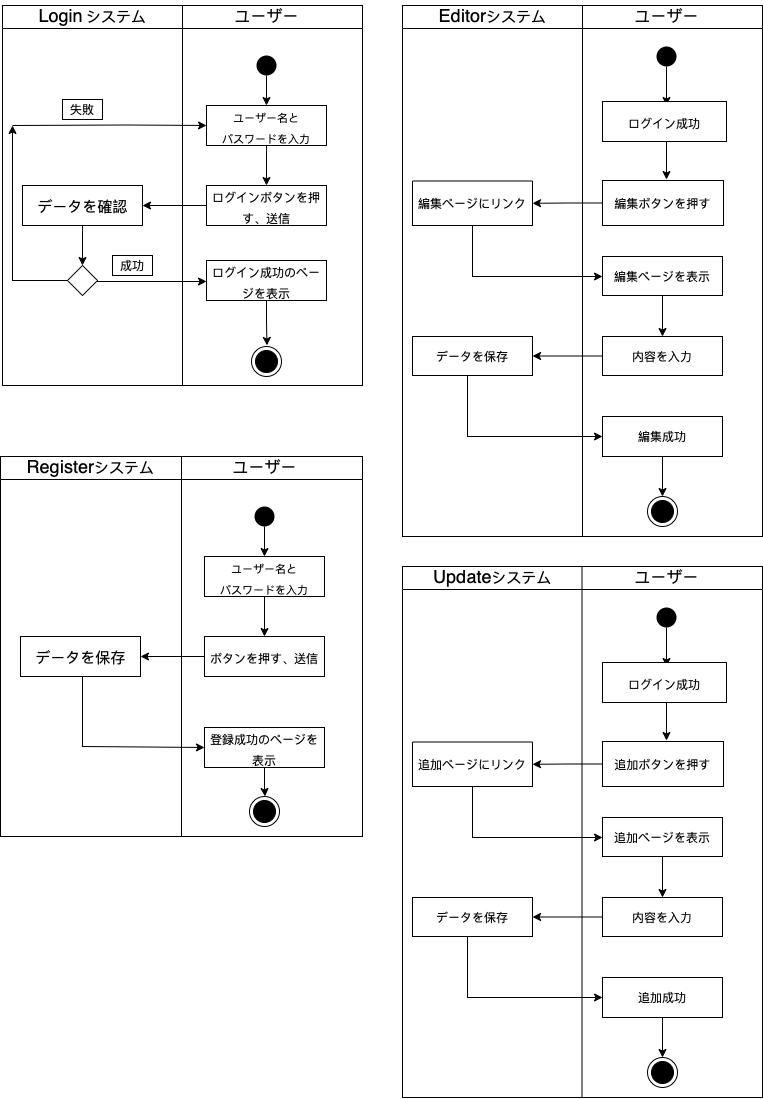
This is activity.drawio.png from rijiuqiu/NoteBook, a draw.io export, as it was before one commit. Source tidied: cells renumbered, new cells last; positions are measured from the earlier drawing's top-left corner, leaving out a move shared by most shapes.
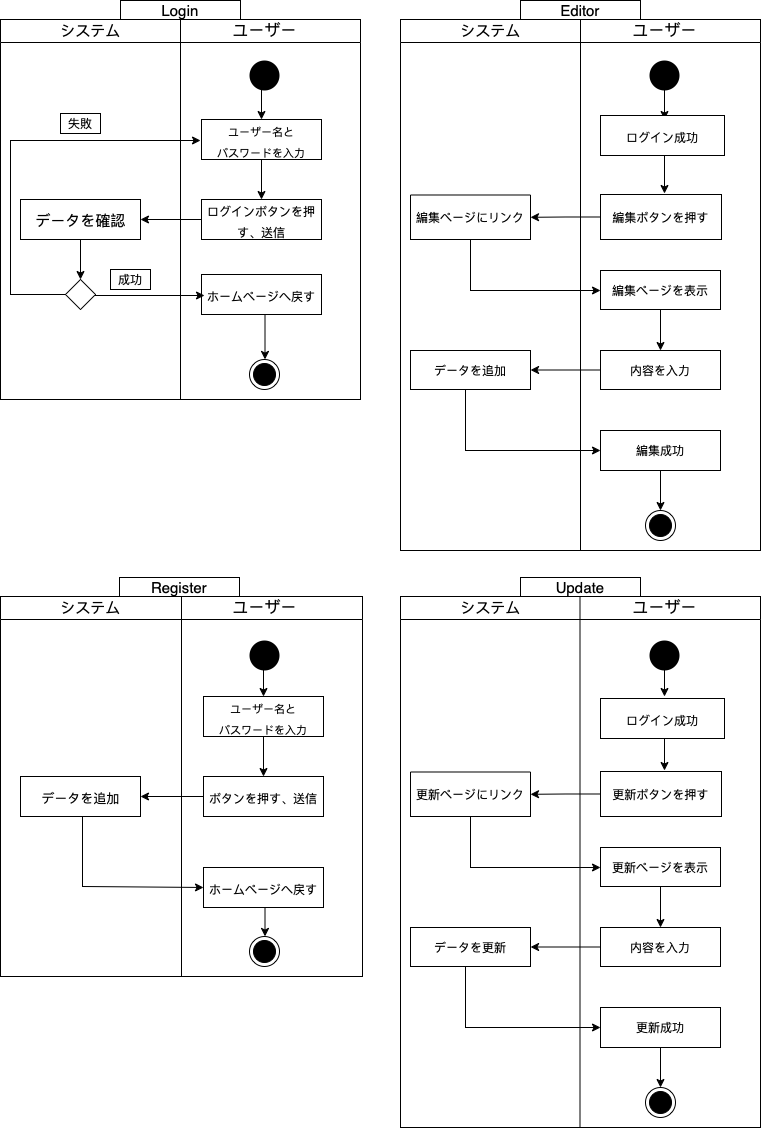
After the change.

What changed in the source:
```diff
@@ -7,4 +7,4 @@
     </mxCell>
-    <mxCell id="3" value="&lt;font style=&quot;font-size: 18px;&quot;&gt;Login&lt;/font&gt;&lt;font&gt;&lt;span style=&quot;font-size: 11px;&quot;&gt;&amp;nbsp;&lt;/span&gt;&lt;font style=&quot;font-size: 15px;&quot;&gt;システム&lt;/font&gt;&lt;/font&gt;" style="text;html=1;align=center;verticalAlign=middle;strokeColor=none;fillColor=none;fontSize=21;fontFamily=Helvetica;" parent="2" vertex="1">
-      <mxGeometry x="30" y="-5" width="120" height="30" as="geometry" />
+    <mxCell id="3" value="&lt;font&gt;&lt;font style=&quot;font-size: 15px;&quot;&gt;システム&lt;/font&gt;&lt;/font&gt;" style="text;html=1;align=center;verticalAlign=middle;strokeColor=none;fillColor=none;fontSize=21;fontFamily=Helvetica;" parent="2" vertex="1">
+      <mxGeometry x="50" y="-5" width="80" height="30" as="geometry" />
     </mxCell>
@@ -14,10 +14,9 @@
     <mxCell id="5" value="&lt;font style=&quot;font-size: 11px;&quot;&gt;ユーザー名と&lt;br&gt;パスワードを入力&lt;/font&gt;" style="rounded=0;whiteSpace=wrap;html=1;fontFamily=Helvetica;fontSize=18;" parent="2" vertex="1">
-      <mxGeometry x="204" y="100" width="120" height="40" as="geometry" />
+      <mxGeometry x="201" y="100" width="120" height="40" as="geometry" />
     </mxCell>
-    <mxCell id="6" style="edgeStyle=orthogonalEdgeStyle;rounded=0;jettySize=auto;html=1;fontFamily=Helvetica;fontSize=18;entryX=0.5;entryY=0;entryDx=0;entryDy=0;" parent="2" edge="1" source="7" target="5">
-      <mxGeometry relative="1" as="geometry" />
+    <mxCell id="6" style="edgeStyle=orthogonalEdgeStyle;rounded=0;jettySize=auto;html=1;fontFamily=Helvetica;fontSize=18;entryX=0.5;entryY=0;entryDx=0;entryDy=0;" parent="2" edge="1" target="5">
+      <mxGeometry relative="1" as="geometry">
+        <mxPoint x="264" y="70" as="sourcePoint" />
+      </mxGeometry>
     </mxCell>
-    <mxCell id="7" style="ellipse;fillColor=#000000;strokeColor=none;fontFamily=Helvetica;fontSize=18;" parent="2" vertex="1">
-      <mxGeometry x="254" y="50" width="20" height="20" as="geometry" />
-    </mxCell>
     <mxCell id="8" style="edgeStyle=orthogonalEdgeStyle;rounded=0;jettySize=auto;html=1;fontFamily=Helvetica;fontSize=15;" parent="2" edge="1" source="9">
@@ -33,6 +32,9 @@
         <mxPoint x="264.5" y="340" as="targetPoint" />
+        <Array as="points">
+          <mxPoint x="265" y="318" />
+        </Array>
       </mxGeometry>
     </mxCell>
-    <mxCell id="11" value="&lt;font style=&quot;font-size: 12px;&quot;&gt;ログイン成功のページを表示&lt;/font&gt;" style="whiteSpace=wrap;html=1;fontSize=18;" parent="2" vertex="1">
-      <mxGeometry x="204" y="255" width="120" height="40" as="geometry" />
+    <mxCell id="11" value="&lt;span style=&quot;font-size: 12px;&quot;&gt;ホームページへ戻す&lt;/span&gt;" style="whiteSpace=wrap;html=1;fontSize=18;" parent="2" vertex="1">
+      <mxGeometry x="201" y="255" width="120" height="40" as="geometry" />
     </mxCell>
@@ -42,3 +44,3 @@
     <mxCell id="13" value="&lt;p&gt;&lt;font style=&quot;font-size: 12px;&quot;&gt;ログインボタンを押す、送信&lt;/font&gt;&lt;/p&gt;" style="whiteSpace=wrap;html=1;fontSize=18;" parent="2" vertex="1">
-      <mxGeometry x="204" y="180" width="120" height="40" as="geometry" />
+      <mxGeometry x="201" y="180" width="120" height="40" as="geometry" />
     </mxCell>
@@ -57,3 +59,7 @@
       <mxGeometry relative="1" as="geometry">
-        <mxPoint x="10" y="120" as="targetPoint" />
+        <mxPoint x="200" y="121" as="targetPoint" />
+        <Array as="points">
+          <mxPoint x="10" y="275" />
+          <mxPoint x="10" y="121" />
+        </Array>
       </mxGeometry>
@@ -66,10 +72,2 @@
     </mxCell>
-    <mxCell id="19" style="endArrow=classic;html=1;rounded=0;fontFamily=Helvetica;fontSize=12;entryX=0;entryY=0.5;entryDx=0;entryDy=0;" parent="2" edge="1" target="5">
-      <mxGeometry relative="1" as="geometry">
-        <mxPoint x="10" y="120" as="sourcePoint" />
-        <Array as="points">
-          <mxPoint x="125" y="119.5" />
-        </Array>
-      </mxGeometry>
-    </mxCell>
     <mxCell id="20" value="失敗" style="rounded=0;whiteSpace=wrap;html=1;fontFamily=Helvetica;fontSize=12;" parent="2" vertex="1">
@@ -77,5 +75,8 @@
     </mxCell>
-    <mxCell id="21" style="ellipse;html=1;shape=endState;fillColor=#000000;strokeColor=#000000;fontFamily=Helvetica;fontSize=12;" parent="2" vertex="1">
-      <mxGeometry x="249" y="341" width="30" height="30" as="geometry" />
-    </mxCell>
+    <mxCell id="82" style="ellipse;fillColor=#000000;strokeColor=none;fontFamily=Helvetica;fontSize=15;" parent="2" vertex="1">
+      <mxGeometry x="249" y="41" width="30" height="30" as="geometry" />
+    </mxCell>
+    <mxCell id="83" style="ellipse;html=1;shape=endState;fillColor=#000000;strokeColor=#000000;fontFamily=Helvetica;fontSize=15;" parent="2" vertex="1">
+      <mxGeometry x="249" y="340" width="30" height="30" as="geometry" />
+    </mxCell>
     <mxCell id="22" style="endArrow=none;html=1;rounded=0;fontFamily=Helvetica;fontSize=21;entryX=0.5;entryY=0;entryDx=0;entryDy=0;exitX=0.5;exitY=1;exitDx=0;exitDy=0;" parent="1" edge="1" source="2" target="2">
@@ -84,6 +85,6 @@
     <mxCell id="23" style="swimlane;fontFamily=Helvetica;fontSize=21;startSize=23;fontStyle=0;" parent="1" vertex="1">
-      <mxGeometry y="456" width="362" height="380" as="geometry" />
+      <mxGeometry x="2" y="582" width="362" height="380" as="geometry" />
     </mxCell>
-    <mxCell id="24" value="&lt;font&gt;&lt;font size=&quot;4&quot;&gt;Register&lt;/font&gt;&lt;font style=&quot;font-size: 15px;&quot;&gt;システム&lt;/font&gt;&lt;/font&gt;" style="text;html=1;align=center;verticalAlign=middle;strokeColor=none;fillColor=none;fontSize=21;fontFamily=Helvetica;" parent="23" vertex="1">
-      <mxGeometry x="20" y="-5" width="140" height="30" as="geometry" />
+    <mxCell id="24" value="&lt;font&gt;&lt;font style=&quot;font-size: 15px;&quot;&gt;システム&lt;/font&gt;&lt;/font&gt;" style="text;html=1;align=center;verticalAlign=middle;strokeColor=none;fillColor=none;fontSize=21;fontFamily=Helvetica;" parent="23" vertex="1">
+      <mxGeometry x="50" y="-5" width="80" height="30" as="geometry" />
     </mxCell>
@@ -93,10 +94,9 @@
     <mxCell id="26" value="&lt;font style=&quot;font-size: 11px;&quot;&gt;ユーザー名と&lt;br&gt;パスワードを入力&lt;/font&gt;" style="rounded=0;whiteSpace=wrap;html=1;fontFamily=Helvetica;fontSize=18;" parent="23" vertex="1">
-      <mxGeometry x="204" y="100" width="120" height="40" as="geometry" />
+      <mxGeometry x="203" y="100" width="120" height="40" as="geometry" />
     </mxCell>
-    <mxCell id="27" style="edgeStyle=orthogonalEdgeStyle;rounded=0;jettySize=auto;html=1;fontFamily=Helvetica;fontSize=18;entryX=0.5;entryY=0;entryDx=0;entryDy=0;" parent="23" edge="1" source="28" target="26">
-      <mxGeometry relative="1" as="geometry" />
+    <mxCell id="27" style="edgeStyle=orthogonalEdgeStyle;rounded=0;jettySize=auto;html=1;fontFamily=Helvetica;fontSize=18;entryX=0.5;entryY=0;entryDx=0;entryDy=0;" parent="23" edge="1" target="26">
+      <mxGeometry relative="1" as="geometry">
+        <mxPoint x="264" y="70" as="sourcePoint" />
+      </mxGeometry>
     </mxCell>
-    <mxCell id="28" style="ellipse;fillColor=#000000;strokeColor=none;fontFamily=Helvetica;fontSize=18;" parent="23" vertex="1">
-      <mxGeometry x="254" y="50" width="20" height="20" as="geometry" />
-    </mxCell>
     <mxCell id="29" style="edgeStyle=orthogonalEdgeStyle;rounded=0;jettySize=auto;html=1;fontFamily=Helvetica;fontSize=15;entryX=0;entryY=0.5;entryDx=0;entryDy=0;" parent="23" edge="1" source="30" target="32">
@@ -108,7 +108,8 @@
     </mxCell>
-    <mxCell id="30" value="&lt;font style=&quot;font-size: 15px;&quot;&gt;データを保存&lt;/font&gt;" style="html=1;fontFamily=Helvetica;fontSize=18;" parent="23" vertex="1">
+    <mxCell id="30" value="&lt;font style=&quot;font-size: 13px;&quot;&gt;データを追加&lt;/font&gt;" style="html=1;fontFamily=Helvetica;fontSize=18;" parent="23" vertex="1">
       <mxGeometry x="20" y="180" width="120" height="40" as="geometry" />
     </mxCell>
-    <mxCell id="31" style="edgeStyle=orthogonalEdgeStyle;rounded=0;jettySize=auto;html=1;fontFamily=Helvetica;fontSize=12;" parent="23" edge="1" source="32">
+    <mxCell id="31" style="edgeStyle=orthogonalEdgeStyle;rounded=0;orthogonalLoop=1;jettySize=auto;html=1;fontFamily=Helvetica;fontSize=12;" parent="23" edge="1">
       <mxGeometry relative="1" as="geometry">
+        <mxPoint x="263" y="311" as="sourcePoint" />
         <mxPoint x="264.5" y="340" as="targetPoint" />
@@ -116,4 +117,4 @@
     </mxCell>
-    <mxCell id="32" value="&lt;font style=&quot;font-size: 12px;&quot;&gt;登録成功のページを表示&lt;/font&gt;" style="whiteSpace=wrap;html=1;fontSize=18;" parent="23" vertex="1">
-      <mxGeometry x="204" y="271" width="120" height="40" as="geometry" />
+    <mxCell id="32" value="&lt;span style=&quot;font-size: 12px;&quot;&gt;ホームページへ戻す&lt;/span&gt;" style="whiteSpace=wrap;html=1;fontSize=18;" parent="23" vertex="1">
+      <mxGeometry x="203" y="271" width="120" height="40" as="geometry" />
     </mxCell>
@@ -123,3 +124,3 @@
     <mxCell id="34" value="&lt;p&gt;&lt;font style=&quot;font-size: 12px;&quot;&gt;ボタンを押す、送信&lt;/font&gt;&lt;/p&gt;" style="whiteSpace=wrap;html=1;fontSize=18;" parent="23" vertex="1">
-      <mxGeometry x="204" y="180" width="120" height="40" as="geometry" />
+      <mxGeometry x="203" y="180" width="120" height="40" as="geometry" />
     </mxCell>
@@ -131,2 +132,5 @@
     </mxCell>
+    <mxCell id="84" style="ellipse;fillColor=#000000;strokeColor=none;fontFamily=Helvetica;fontSize=15;" parent="23" vertex="1">
+      <mxGeometry x="249" y="44" width="30" height="30" as="geometry" />
+    </mxCell>
     <mxCell id="37" style="endArrow=none;html=1;rounded=0;fontFamily=Helvetica;fontSize=21;entryX=0.5;entryY=0;entryDx=0;entryDy=0;exitX=0.5;exitY=1;exitDx=0;exitDy=0;" parent="1" edge="1" source="23" target="23">
@@ -137,7 +141,8 @@
     </mxCell>
-    <mxCell id="39" value="&lt;font&gt;&lt;font size=&quot;4&quot;&gt;Editor&lt;/font&gt;&lt;font style=&quot;font-size: 15px;&quot;&gt;システム&lt;/font&gt;&lt;/font&gt;" style="text;html=1;align=center;verticalAlign=middle;strokeColor=none;fillColor=none;fontSize=21;fontFamily=Helvetica;" parent="38" vertex="1">
-      <mxGeometry x="30" y="-5" width="120" height="30" as="geometry" />
+    <mxCell id="39" value="&lt;font&gt;&lt;font style=&quot;font-size: 15px;&quot;&gt;システム&lt;/font&gt;&lt;/font&gt;" style="text;html=1;align=center;verticalAlign=middle;strokeColor=none;fillColor=none;fontSize=21;fontFamily=Helvetica;" parent="38" vertex="1">
+      <mxGeometry x="50" y="-5" width="80" height="30" as="geometry" />
     </mxCell>
-    <mxCell id="40" style="edgeStyle=orthogonalEdgeStyle;rounded=0;jettySize=auto;html=1;fontFamily=Helvetica;fontSize=18;entryX=0.5;entryY=0;entryDx=0;entryDy=0;" parent="38" edge="1" source="41">
+    <mxCell id="40" style="edgeStyle=orthogonalEdgeStyle;rounded=0;orthogonalLoop=1;jettySize=auto;html=1;fontFamily=Helvetica;fontSize=18;entryX=0.5;entryY=0;entryDx=0;entryDy=0;" parent="38" edge="1">
       <mxGeometry relative="1" as="geometry">
+        <mxPoint x="264" y="61" as="sourcePoint" />
         <mxPoint x="264" y="100" as="targetPoint" />
@@ -145,5 +150,2 @@
     </mxCell>
-    <mxCell id="41" style="ellipse;fillColor=#000000;strokeColor=none;fontFamily=Helvetica;fontSize=18;" parent="38" vertex="1">
-      <mxGeometry x="254" y="41" width="20" height="20" as="geometry" />
-    </mxCell>
     <mxCell id="42" style="edgeStyle=orthogonalEdgeStyle;rounded=0;orthogonalLoop=1;jettySize=auto;html=1;fontFamily=Helvetica;fontSize=12;" parent="38" edge="1">
@@ -196,3 +198,3 @@
     </mxCell>
-    <mxCell id="54" value="データを保存" style="whiteSpace=wrap;html=1;" parent="38" vertex="1">
+    <mxCell id="54" value="データを追加" style="whiteSpace=wrap;html=1;" parent="38" vertex="1">
       <mxGeometry x="10" y="331" width="120" height="39" as="geometry" />
@@ -211,2 +213,5 @@
     </mxCell>
+    <mxCell id="85" style="ellipse;fillColor=#000000;strokeColor=none;fontFamily=Helvetica;fontSize=15;" parent="38" vertex="1">
+      <mxGeometry x="249" y="41" width="30" height="30" as="geometry" />
+    </mxCell>
     <mxCell id="59" style="endArrow=none;html=1;rounded=0;fontFamily=Helvetica;fontSize=21;entryX=0.5;entryY=0;entryDx=0;entryDy=0;exitX=0.5;exitY=1;exitDx=0;exitDy=0;" parent="1" edge="1" source="38" target="38">
@@ -215,9 +220,10 @@
     <mxCell id="60" style="swimlane;fontFamily=Helvetica;fontSize=21;startSize=23;fontStyle=0;" parent="1" vertex="1">
-      <mxGeometry x="402" y="566" width="360" height="531" as="geometry" />
+      <mxGeometry x="402" y="582" width="360" height="531" as="geometry" />
     </mxCell>
-    <mxCell id="61" value="&lt;font&gt;&lt;font size=&quot;4&quot;&gt;Update&lt;/font&gt;&lt;font style=&quot;font-size: 15px;&quot;&gt;システム&lt;/font&gt;&lt;/font&gt;" style="text;html=1;align=center;verticalAlign=middle;strokeColor=none;fillColor=none;fontSize=21;fontFamily=Helvetica;" parent="60" vertex="1">
-      <mxGeometry x="25" y="-5" width="130" height="30" as="geometry" />
+    <mxCell id="61" value="&lt;font&gt;&lt;font style=&quot;font-size: 15px;&quot;&gt;システム&lt;/font&gt;&lt;/font&gt;" style="text;html=1;align=center;verticalAlign=middle;strokeColor=none;fillColor=none;fontSize=21;fontFamily=Helvetica;" parent="60" vertex="1">
+      <mxGeometry x="50" y="-5" width="80" height="30" as="geometry" />
     </mxCell>
-    <mxCell id="62" style="edgeStyle=orthogonalEdgeStyle;rounded=0;jettySize=auto;html=1;fontFamily=Helvetica;fontSize=18;entryX=0.5;entryY=0;entryDx=0;entryDy=0;" parent="60" edge="1" source="63">
+    <mxCell id="62" style="edgeStyle=orthogonalEdgeStyle;rounded=0;orthogonalLoop=1;jettySize=auto;html=1;fontFamily=Helvetica;fontSize=18;entryX=0.5;entryY=0;entryDx=0;entryDy=0;" parent="60" edge="1">
       <mxGeometry relative="1" as="geometry">
+        <mxPoint x="264" y="61" as="sourcePoint" />
         <mxPoint x="264" y="100" as="targetPoint" />
@@ -225,5 +231,2 @@
     </mxCell>
-    <mxCell id="63" style="ellipse;fillColor=#000000;strokeColor=none;fontFamily=Helvetica;fontSize=18;" parent="60" vertex="1">
-      <mxGeometry x="254" y="41" width="20" height="20" as="geometry" />
-    </mxCell>
     <mxCell id="64" style="edgeStyle=orthogonalEdgeStyle;rounded=0;orthogonalLoop=1;jettySize=auto;html=1;fontFamily=Helvetica;fontSize=12;" parent="60" edge="1">
@@ -235,3 +238,3 @@
     <mxCell id="65" value="&lt;font style=&quot;font-size: 12px;&quot;&gt;ログイン成功&lt;/font&gt;" style="whiteSpace=wrap;html=1;fontSize=18;" parent="60" vertex="1">
-      <mxGeometry x="200" y="96" width="124" height="40" as="geometry" />
+      <mxGeometry x="200" y="102" width="124" height="40" as="geometry" />
     </mxCell>
@@ -243,3 +246,3 @@
     </mxCell>
-    <mxCell id="68" value="追加ボタンを押す" style="whiteSpace=wrap;html=1;fontSize=12;align=center;" parent="60" vertex="1">
+    <mxCell id="68" value="更新ボタンを押す" style="whiteSpace=wrap;html=1;fontSize=12;align=center;" parent="60" vertex="1">
       <mxGeometry x="200" y="175" width="121" height="45" as="geometry" />
@@ -253,3 +256,3 @@
     </mxCell>
-    <mxCell id="70" value="追加ページにリンク" style="whiteSpace=wrap;html=1;" parent="60" vertex="1">
+    <mxCell id="70" value="更新ページにリンク" style="whiteSpace=wrap;html=1;" parent="60" vertex="1">
       <mxGeometry x="10" y="175.5" width="120" height="44.5" as="geometry" />
@@ -259,3 +262,3 @@
     </mxCell>
-    <mxCell id="72" value="追加ページを表示" style="whiteSpace=wrap;html=1;" parent="60" vertex="1">
+    <mxCell id="72" value="更新ページを表示" style="whiteSpace=wrap;html=1;" parent="60" vertex="1">
       <mxGeometry x="200" y="251" width="120" height="39" as="geometry" />
@@ -276,3 +279,3 @@
     </mxCell>
-    <mxCell id="76" value="データを保存" style="whiteSpace=wrap;html=1;" parent="60" vertex="1">
+    <mxCell id="76" value="データを更新" style="whiteSpace=wrap;html=1;" parent="60" vertex="1">
       <mxGeometry x="10" y="331" width="120" height="39" as="geometry" />
@@ -282,3 +285,3 @@
     </mxCell>
-    <mxCell id="78" value="追加成功" style="whiteSpace=wrap;html=1;" parent="60" vertex="1">
+    <mxCell id="78" value="更新成功" style="whiteSpace=wrap;html=1;" parent="60" vertex="1">
       <mxGeometry x="200" y="411" width="120" height="40" as="geometry" />
@@ -297,2 +300,17 @@
     </mxCell>
+    <mxCell id="86" style="ellipse;fillColor=#000000;strokeColor=none;fontFamily=Helvetica;fontSize=15;" parent="60" vertex="1">
+      <mxGeometry x="249" y="44" width="30" height="30" as="geometry" />
+    </mxCell>
+    <mxCell id="87" value="&lt;font style=&quot;font-size: 15px;&quot;&gt;Login&lt;/font&gt;" style="rounded=0;whiteSpace=wrap;html=1;fontFamily=Helvetica;fontSize=12;" parent="1" vertex="1">
+      <mxGeometry x="122" y="-14" width="120" height="19" as="geometry" />
+    </mxCell>
+    <mxCell id="88" value="&lt;span style=&quot;font-size: 15px;&quot;&gt;Editor&lt;/span&gt;" style="rounded=0;whiteSpace=wrap;html=1;fontFamily=Helvetica;fontSize=12;" parent="1" vertex="1">
+      <mxGeometry x="522" y="-14" width="120" height="19" as="geometry" />
+    </mxCell>
+    <mxCell id="89" value="&lt;span style=&quot;font-size: 15px;&quot;&gt;Register&lt;/span&gt;" style="rounded=0;whiteSpace=wrap;html=1;fontFamily=Helvetica;fontSize=12;" parent="1" vertex="1">
+      <mxGeometry x="121" y="563" width="120" height="19" as="geometry" />
+    </mxCell>
+    <mxCell id="90" value="&lt;span style=&quot;font-size: 15px;&quot;&gt;Update&lt;/span&gt;" style="rounded=0;whiteSpace=wrap;html=1;fontFamily=Helvetica;fontSize=12;" parent="1" vertex="1">
+      <mxGeometry x="522" y="563" width="120" height="19" as="geometry" />
+    </mxCell>
   </root>
```
